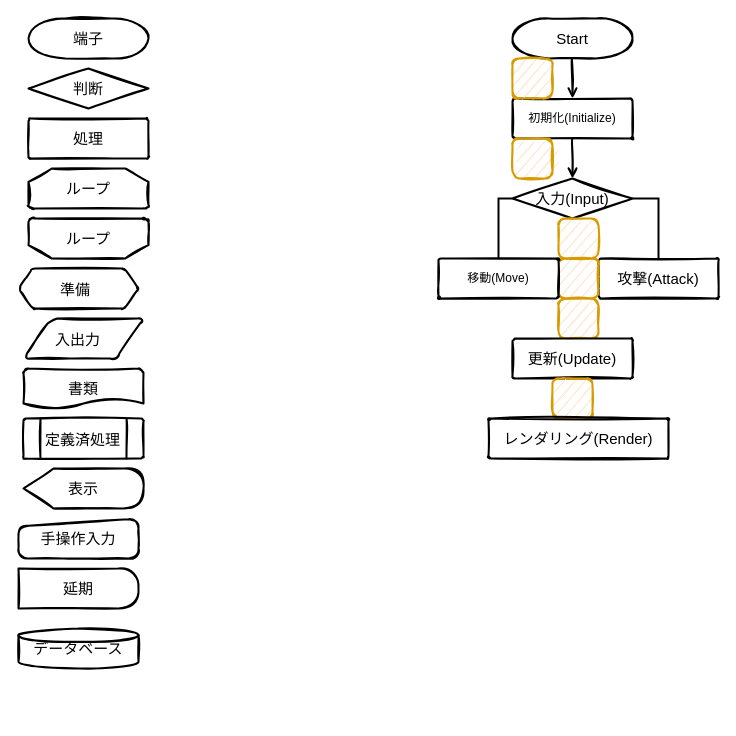
The draw.io diagram page "FlowChart" (1 of 8) of STG.drawio in TKG2800/STG, before the edit. Source tidied: cells renumbered, new cells numbered last; positions are measured from the earlier drawing's top-left corner, leaving out a move shared by most shapes. Both pictures are drawn from the tidied source at 100%, with x=0, y=0 at pixel (18, 18).
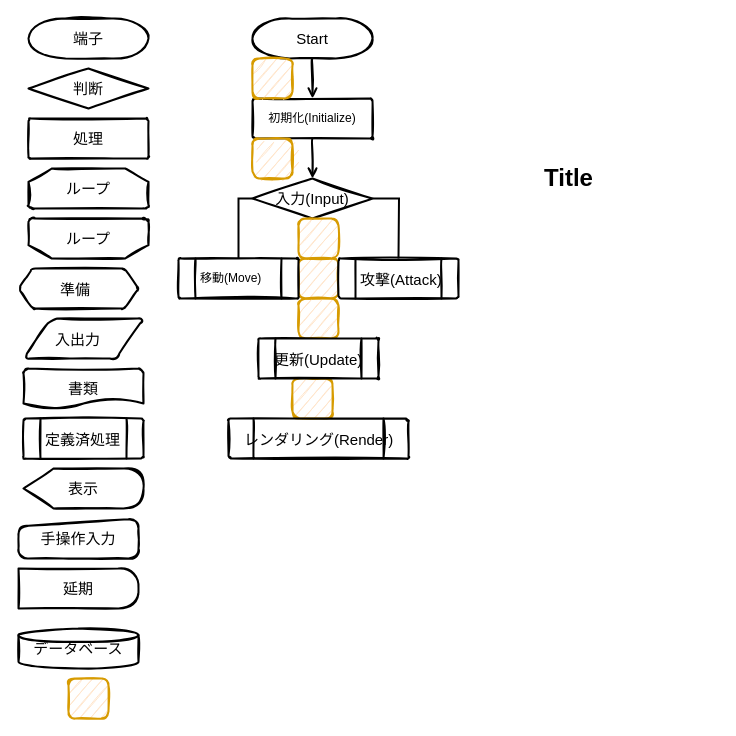
The same diagram, later.

What changed in the source:
```diff
@@
     <mxCell id="19" value="&lt;span style=&quot;font-size: 15px;&quot;&gt;Start&lt;/span&gt;" style="strokeWidth=2;html=1;shape=mxgraph.flowchart.terminator;whiteSpace=wrap;rounded=1;shadow=0;glass=0;comic=0;sketch=1;" parent="1" vertex="1">
-      <mxGeometry x="494" width="120" height="40" as="geometry" />
+      <mxGeometry x="234" width="120" height="40" as="geometry" />
     </mxCell>
@@
     <mxCell id="21" value="初期化(Initialize)" style="strokeWidth=2;html=1;shape=mxgraph.flowchart.process;whiteSpace=wrap;rounded=1;shadow=0;glass=0;comic=0;sketch=1;" parent="1" vertex="1">
-      <mxGeometry x="494" y="80" width="120" height="40" as="geometry" />
+      <mxGeometry x="234" y="80" width="120" height="40" as="geometry" />
     </mxCell>
     <mxCell id="22" style="rounded=1;whiteSpace=wrap;html=1;absoluteArcSize=1;arcSize=14;strokeWidth=2;fillColor=#ffe6cc;strokeColor=#d79b00;sketch=1;" parent="1" vertex="1">
-      <mxGeometry x="494" y="120" width="40" height="40" as="geometry" />
+      <mxGeometry x="234" y="120" width="40" height="40" as="geometry" />
     </mxCell>
     <mxCell id="23" style="rounded=1;whiteSpace=wrap;html=1;absoluteArcSize=1;arcSize=14;strokeWidth=2;fillColor=#ffe6cc;strokeColor=#d79b00;sketch=1;" parent="1" vertex="1">
-      <mxGeometry x="494" y="40" width="40" height="40" as="geometry" />
+      <mxGeometry x="234" y="40" width="40" height="40" as="geometry" />
     </mxCell>
-    <mxCell id="24" value="&lt;span style=&quot;font-size: 15px&quot;&gt;攻撃(Attack)&lt;/span&gt;" style="strokeWidth=2;html=1;shape=mxgraph.flowchart.process;whiteSpace=wrap;rounded=1;shadow=0;glass=0;comic=0;sketch=1;" parent="1" vertex="1">
-      <mxGeometry x="580" y="240" width="120" height="40" as="geometry" />
-    </mxCell>
     <mxCell id="25" style="rounded=1;whiteSpace=wrap;html=1;absoluteArcSize=1;arcSize=14;strokeWidth=2;fillColor=#ffe6cc;strokeColor=#d79b00;sketch=1;" parent="1" vertex="1">
-      <mxGeometry x="540" y="240" width="40" height="40" as="geometry" />
+      <mxGeometry x="280" y="240" width="40" height="40" as="geometry" />
     </mxCell>
     <mxCell id="26" style="rounded=1;whiteSpace=wrap;html=1;absoluteArcSize=1;arcSize=14;strokeWidth=2;fillColor=#ffe6cc;strokeColor=#d79b00;sketch=1;" parent="1" vertex="1">
-      <mxGeometry x="540" y="280" width="40" height="40" as="geometry" />
+      <mxGeometry x="280" y="280" width="40" height="40" as="geometry" />
     </mxCell>
-    <mxCell id="27" value="&lt;span style=&quot;font-size: 15px;&quot;&gt;更新(Update)&lt;/span&gt;" style="strokeWidth=2;html=1;shape=mxgraph.flowchart.process;whiteSpace=wrap;rounded=1;shadow=0;glass=0;comic=0;sketch=1;" parent="1" vertex="1">
-      <mxGeometry x="494" y="320" width="120" height="40" as="geometry" />
-    </mxCell>
     <mxCell id="28" style="rounded=1;whiteSpace=wrap;html=1;absoluteArcSize=1;arcSize=14;strokeWidth=2;fillColor=#ffe6cc;strokeColor=#d79b00;sketch=1;" parent="1" vertex="1">
-      <mxGeometry x="534" y="360" width="40" height="40" as="geometry" />
+      <mxGeometry x="274" y="360" width="40" height="40" as="geometry" />
     </mxCell>
-    <mxCell id="29" style="edgeStyle=orthogonalEdgeStyle;rounded=0;html=1;exitX=1;exitY=0.5;exitPerimeter=0;jettySize=auto;strokeWidth=2;endArrow=none;endFill=0;entryX=0.5;entryY=0;entryPerimeter=0;" parent="1" edge="1" source="31" target="24">
-      <mxGeometry relative="1" as="geometry" />
+    <mxCell id="29" style="edgeStyle=orthogonalEdgeStyle;rounded=0;html=1;exitX=1;exitY=0.5;exitPerimeter=0;jettySize=auto;strokeWidth=2;endArrow=none;endFill=0;entryX=0.5;entryY=0;entryPerimeter=0;" parent="1" edge="1" source="31">
+      <mxGeometry relative="1" as="geometry">
+        <mxPoint x="380" y="240" as="targetPoint" />
+      </mxGeometry>
     </mxCell>
-    <mxCell id="30" style="edgeStyle=orthogonalEdgeStyle;rounded=0;html=1;exitX=0;exitY=0.5;exitPerimeter=0;endArrow=none;endFill=0;jettySize=auto;strokeWidth=2;entryX=0.5;entryY=0;entryPerimeter=0;" parent="1" edge="1" source="31" target="32">
+    <mxCell id="30" style="edgeStyle=orthogonalEdgeStyle;rounded=0;html=1;exitX=0;exitY=0.5;exitPerimeter=0;endArrow=none;endFill=0;jettySize=auto;strokeWidth=2;entryX=0.5;entryY=0;entryPerimeter=0;" parent="1" edge="1" source="31">
       <mxGeometry relative="1" as="geometry">
+        <mxPoint x="220" y="240" as="targetPoint" />
         <Array as="points">
-          <mxPoint x="480" y="180" />
+          <mxPoint x="220" y="180" />
         </Array>
       </mxGeometry>
     </mxCell>
     <mxCell id="31" value="&lt;span style=&quot;font-size: 15px&quot;&gt;入力(Input)&lt;/span&gt;" style="strokeWidth=2;html=1;shape=mxgraph.flowchart.decision;whiteSpace=wrap;rounded=1;shadow=0;glass=0;comic=0;sketch=1;" parent="1" vertex="1">
-      <mxGeometry x="494" y="160" width="120" height="40" as="geometry" />
+      <mxGeometry x="234" y="160" width="120" height="40" as="geometry" />
     </mxCell>
+    <mxCell id="33" style="rounded=1;whiteSpace=wrap;html=1;absoluteArcSize=1;arcSize=14;strokeWidth=2;fillColor=#ffe6cc;strokeColor=#d79b00;sketch=1;" parent="1" vertex="1">
+      <mxGeometry x="280" y="200" width="40" height="40" as="geometry" />
+    </mxCell>
+    <mxCell id="35" style="verticalLabelPosition=bottom;verticalAlign=top;html=1;strokeWidth=2;shape=process;whiteSpace=wrap;rounded=1;size=0.14;arcSize=6;shadow=0;glass=0;comic=0;sketch=1;" parent="1" vertex="1">
+      <mxGeometry x="160" y="240" width="120" height="40" as="geometry" />
+    </mxCell>
-    <mxCell id="32" value="移動(Move)" style="strokeWidth=2;html=1;shape=mxgraph.flowchart.process;whiteSpace=wrap;rounded=1;shadow=0;glass=0;comic=0;sketch=1;" parent="1" vertex="1">
-      <mxGeometry x="420" y="240" width="120" height="40" as="geometry" />
+    <mxCell id="32" value="&lt;span style=&quot;text-align: center;&quot;&gt;移動(Move)&lt;/span&gt;" style="text;html=1;points=[];align=left;verticalAlign=top;spacingTop=-4;rounded=1;sketch=1;" parent="1" vertex="1">
+      <mxGeometry x="180" y="250" width="80" height="20" as="geometry" />
     </mxCell>
-    <mxCell id="33" style="rounded=1;whiteSpace=wrap;html=1;absoluteArcSize=1;arcSize=14;strokeWidth=2;fillColor=#ffe6cc;strokeColor=#d79b00;sketch=1;" parent="1" vertex="1">
-      <mxGeometry x="540" y="200" width="40" height="40" as="geometry" />
-    </mxCell>
+    <mxCell id="36" style="verticalLabelPosition=bottom;verticalAlign=top;html=1;strokeWidth=2;shape=process;whiteSpace=wrap;rounded=1;size=0.14;arcSize=6;shadow=0;glass=0;comic=0;sketch=1;" parent="1" vertex="1">
+      <mxGeometry x="320" y="240" width="120" height="40" as="geometry" />
+    </mxCell>
+    <mxCell id="24" value="&lt;span style=&quot;font-size: 15px; text-align: center;&quot;&gt;攻撃(Attack)&lt;/span&gt;" style="text;html=1;points=[];align=left;verticalAlign=top;spacingTop=-4;rounded=1;sketch=1;" parent="1" vertex="1">
+      <mxGeometry x="340" y="250" width="100" height="20" as="geometry" />
+    </mxCell>
+    <mxCell id="37" style="verticalLabelPosition=bottom;verticalAlign=top;html=1;strokeWidth=2;shape=process;whiteSpace=wrap;rounded=1;size=0.14;arcSize=6;shadow=0;glass=0;comic=0;sketch=1;" parent="1" vertex="1">
+      <mxGeometry x="240" y="320" width="120" height="40" as="geometry" />
+    </mxCell>
+    <mxCell id="27" value="&lt;span style=&quot;font-size: 15px; text-align: center;&quot;&gt;更新(Update)&lt;/span&gt;" style="text;html=1;align=left;verticalAlign=top;spacingTop=-4;rounded=1;sketch=1;" parent="1" vertex="1">
+      <mxGeometry x="254" y="330" width="100" height="20" as="geometry" />
+    </mxCell>
+    <mxCell id="38" style="verticalLabelPosition=bottom;verticalAlign=top;html=1;strokeWidth=2;shape=process;whiteSpace=wrap;rounded=1;size=0.14;arcSize=6;shadow=0;glass=0;comic=0;sketch=1;" parent="1" vertex="1">
+      <mxGeometry x="210" y="400" width="180" height="40" as="geometry" />
+    </mxCell>
-    <mxCell id="34" value="&lt;span style=&quot;font-size: 15px;&quot;&gt;レンダリング(Render)&lt;/span&gt;" style="strokeWidth=2;html=1;shape=mxgraph.flowchart.process;whiteSpace=wrap;rounded=1;shadow=0;glass=0;comic=0;sketch=1;" parent="1" vertex="1">
-      <mxGeometry x="470" y="400" width="180" height="40" as="geometry" />
+    <mxCell id="34" value="&lt;span style=&quot;font-size: 15px; text-align: center;&quot;&gt;レンダリング(Render)&lt;/span&gt;" style="text;html=1;align=left;verticalAlign=top;spacingTop=-4;rounded=1;sketch=1;" parent="1" vertex="1">
+      <mxGeometry x="224" y="410" width="160" height="20" as="geometry" />
     </mxCell>
+    <mxCell id="39" style="rounded=1;whiteSpace=wrap;html=1;absoluteArcSize=1;arcSize=14;strokeWidth=2;fillColor=#ffe6cc;strokeColor=#d79b00;sketch=1;" parent="1" vertex="1">
+      <mxGeometry x="50" y="660" width="40" height="40" as="geometry" />
+    </mxCell>
+    <mxCell id="40" value="Title" style="text;strokeColor=none;fillColor=none;html=1;fontSize=24;fontStyle=1;verticalAlign=middle;align=center;" parent="1" vertex="1">
+      <mxGeometry x="500" y="140" width="100" height="40" as="geometry" />
+    </mxCell>
```
